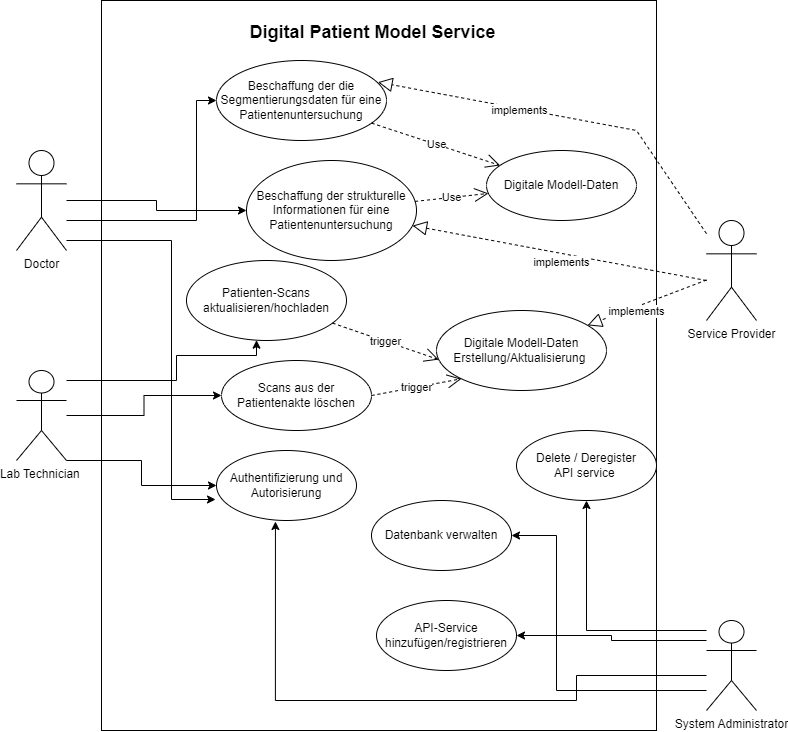
bsuman/jobrelatred keeps this draw.io diagram as ArchitectureTaskDiagram/usecase-1.png. Above is the earlier version. Source tidied: cells renumbered, new cells last; positions are measured from the earlier drawing's top-left corner, leaving out a move shared by most shapes.
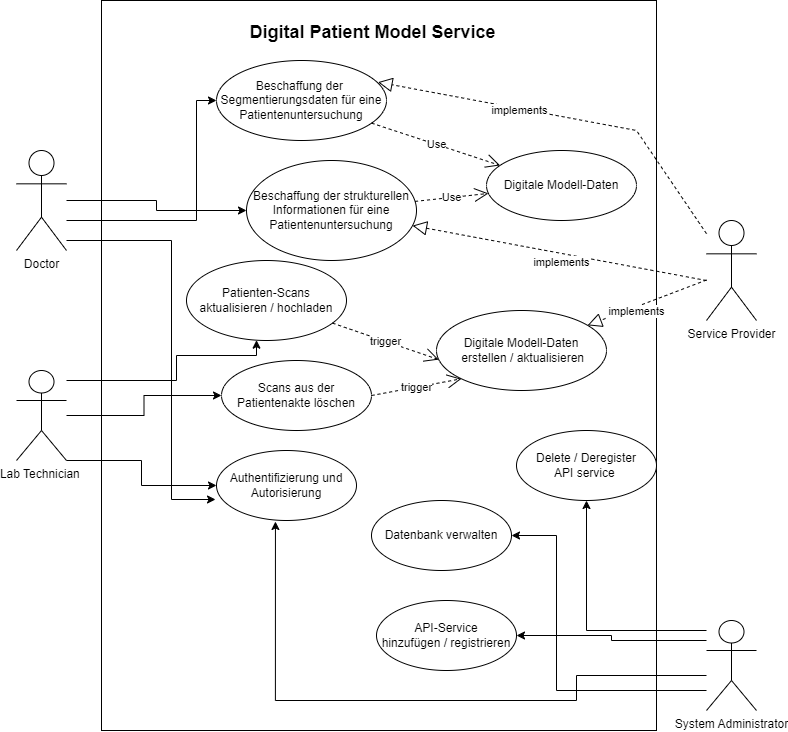
After the change.

The edit, as a diff of the source:
```diff
@@ -85,19 +85,19 @@
     <mxCell id="15" value="System Administrator" style="shape=umlActor;verticalLabelPosition=bottom;verticalAlign=top;html=1;" parent="1" vertex="1">
       <mxGeometry x="690" y="620" width="50" height="90" as="geometry" />
     </mxCell>
-    <mxCell id="16" value="Patienten-Scans aktualisieren/hochladen" style="ellipse;whiteSpace=wrap;html=1;" parent="1" vertex="1">
+    <mxCell id="16" value="Patienten-Scans aktualisieren / hochladen" style="ellipse;whiteSpace=wrap;html=1;" parent="1" vertex="1">
       <mxGeometry x="170" y="260" width="160" height="80" as="geometry" />
     </mxCell>
     <mxCell id="17" value="Scans aus der Patientenakte löschen" style="ellipse;whiteSpace=wrap;html=1;" parent="1" vertex="1">
       <mxGeometry x="205" y="360" width="150" height="70" as="geometry" />
     </mxCell>
-    <mxCell id="18" value="Beschaffung der strukturelle Informationen für eine Patientenuntersuchung" style="ellipse;whiteSpace=wrap;html=1;" parent="1" vertex="1">
+    <mxCell id="18" value="Beschaffung der strukturellen Informationen für eine Patientenuntersuchung" style="ellipse;whiteSpace=wrap;html=1;" parent="1" vertex="1">
       <mxGeometry x="230" y="160" width="170" height="100" as="geometry" />
     </mxCell>
-    <mxCell id="19" value="Beschaffung der&amp;nbsp;die Segmentierungsdaten für eine Patientenuntersuchung " style="ellipse;whiteSpace=wrap;html=1;" parent="1" vertex="1">
+    <mxCell id="19" value="Beschaffung der&amp;nbsp; Segmentierungsdaten für eine Patientenuntersuchung " style="ellipse;whiteSpace=wrap;html=1;" parent="1" vertex="1">
       <mxGeometry x="200" y="60" width="170" height="80" as="geometry" />
     </mxCell>
-    <mxCell id="20" value="API-Service hinzufügen/registrieren" style="ellipse;whiteSpace=wrap;html=1;" parent="1" vertex="1">
+    <mxCell id="20" value="API-Service &lt;br&gt;hinzufügen / registrieren" style="ellipse;whiteSpace=wrap;html=1;" parent="1" vertex="1">
       <mxGeometry x="360" y="600" width="140" height="70" as="geometry" />
     </mxCell>
     <mxCell id="21" value="Datenbank verwalten" style="ellipse;whiteSpace=wrap;html=1;" parent="1" vertex="1">
@@ -121,7 +121,7 @@
     <mxCell id="27" value="trigger" style="endArrow=open;endSize=12;dashed=1;html=1;rounded=0;entryX=0.013;entryY=0.614;entryDx=0;entryDy=0;entryPerimeter=0;" parent="1" edge="1" source="16" target="28">
       <mxGeometry relative="1" as="geometry" />
     </mxCell>
-    <mxCell id="28" value="Digitale Modell-Daten Erstellung/Aktualisierung&amp;nbsp;" style="ellipse;whiteSpace=wrap;html=1;" parent="1" vertex="1">
+    <mxCell id="28" value="Digitale Modell-Daten&lt;br&gt;&amp;nbsp;erstellen / aktualisieren" style="ellipse;whiteSpace=wrap;html=1;" parent="1" vertex="1">
       <mxGeometry x="420" y="310" width="170" height="80" as="geometry" />
     </mxCell>
     <mxCell id="29" value="trigger" style="endArrow=open;endSize=12;dashed=1;html=1;rounded=0;entryX=0;entryY=1;entryDx=0;entryDy=0;exitX=1;exitY=0.5;exitDx=0;exitDy=0;" parent="1" edge="1" source="17" target="28">
```
